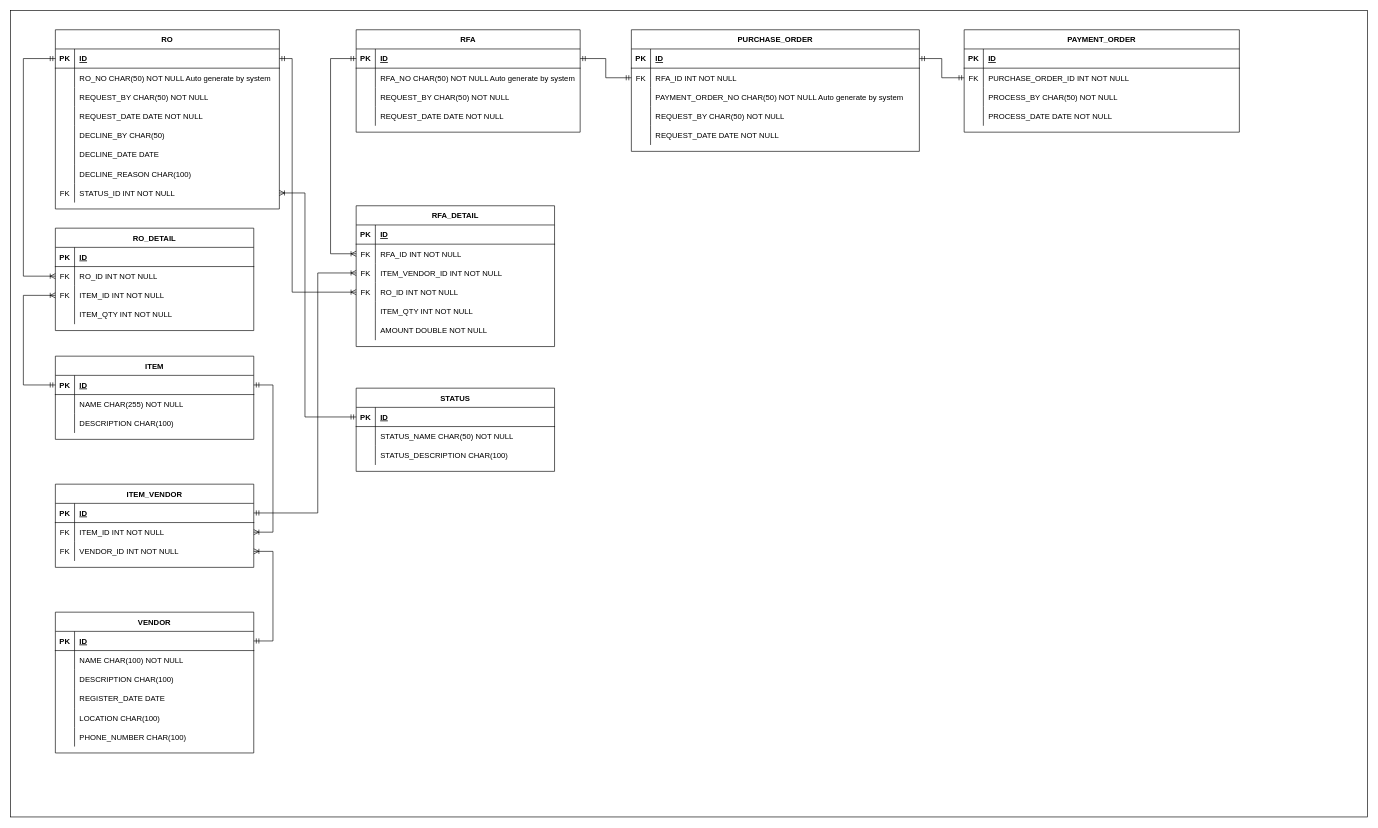
The draw.io diagram Glovis-DB-Design.drawio in johanjah/rfa-db-design, before the edit. Source tidied: cells renumbered, new cells numbered last; positions are measured from the earlier drawing's top-left corner, leaving out a move shared by most shapes. Both pictures are drawn from the tidied source at 64%, with x=0, y=0 at pixel (10, 10).
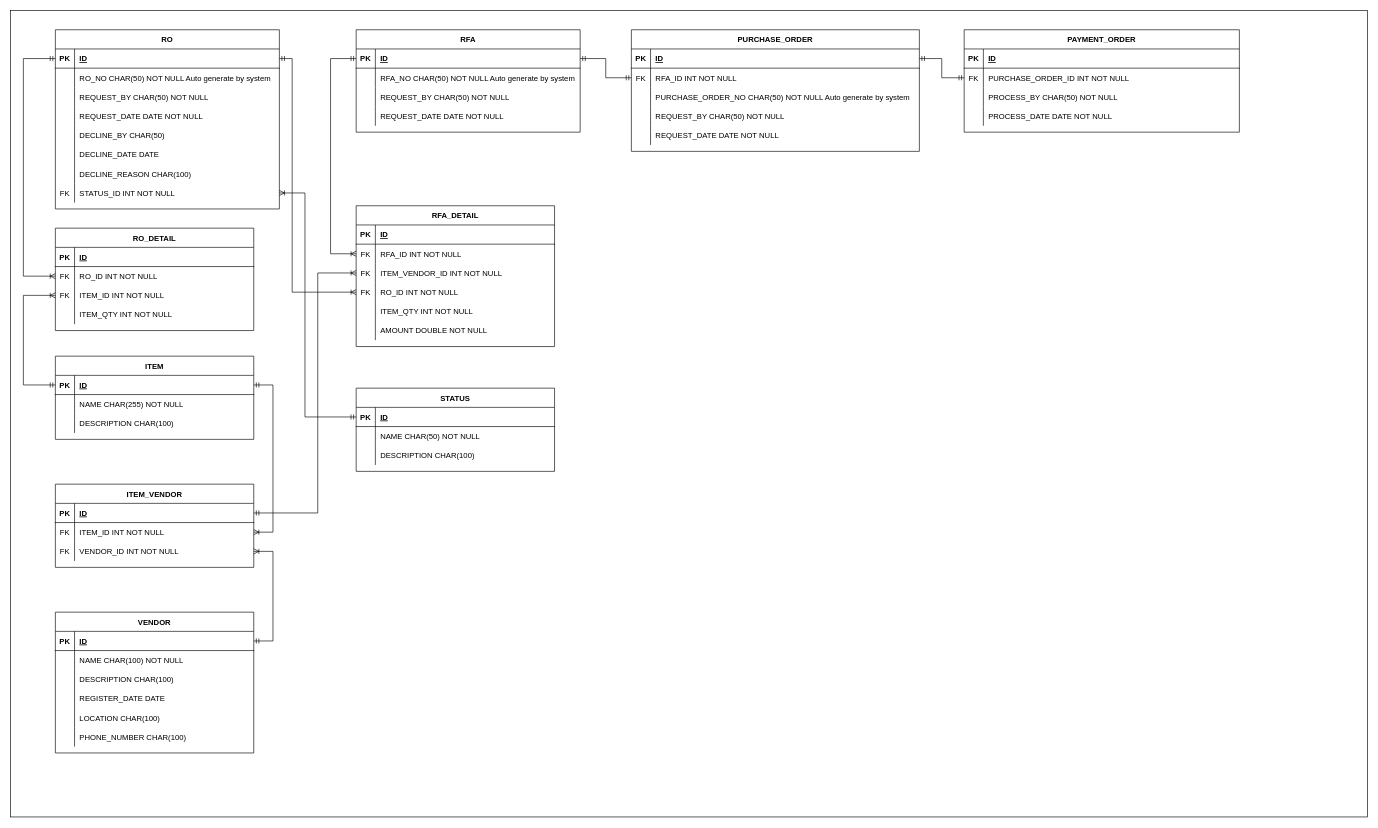
Above is the later version.

The change refers to these unchanged cells:
```xml
<mxCell id="49" style="shape=tableRow;horizontal=0;startSize=0;swimlaneHead=0;swimlaneBody=0;fillColor=none;top=0;left=0;right=0;bottom=0;" parent="42" vertex="1">
  <mxGeometry y="90" width="450" height="30" as="geometry" />
</mxCell>
<mxCell id="90" style="shape=tableRow;horizontal=0;startSize=0;swimlaneHead=0;swimlaneBody=0;fillColor=none;top=0;left=0;right=0;bottom=0;" parent="86" vertex="1">
  <mxGeometry y="60" width="310" height="30" as="geometry" />
</mxCell>
<mxCell id="93" style="shape=tableRow;horizontal=0;startSize=0;swimlaneHead=0;swimlaneBody=0;fillColor=none;top=0;left=0;right=0;bottom=0;" parent="86" vertex="1">
  <mxGeometry y="90" width="310" height="30" as="geometry" />
</mxCell>
```

Change to the diagram source:
```diff
@@
-    <mxCell id="51" value="PAYMENT_ORDER_NO CHAR(50) NOT NULL Auto generate by system" style="shape=partialRectangle;fillColor=none;top=0;left=0;bottom=0;right=0;align=left;spacingLeft=6;overflow=hidden;" parent="49" vertex="1">
+    <mxCell id="51" value="PURCHASE_ORDER_NO CHAR(50) NOT NULL Auto generate by system" style="shape=partialRectangle;fillColor=none;top=0;left=0;bottom=0;right=0;align=left;spacingLeft=6;overflow=hidden;" parent="49" vertex="1">
       <mxGeometry x="30" width="420" height="30" as="geometry" />
     </mxCell>
@@
-    <mxCell id="92" value="STATUS_NAME CHAR(50) NOT NULL" style="shape=partialRectangle;fillColor=none;top=0;left=0;bottom=0;right=0;align=left;spacingLeft=6;overflow=hidden;" parent="90" vertex="1">
+    <mxCell id="92" value="NAME CHAR(50) NOT NULL" style="shape=partialRectangle;fillColor=none;top=0;left=0;bottom=0;right=0;align=left;spacingLeft=6;overflow=hidden;" parent="90" vertex="1">
       <mxGeometry x="30" width="280" height="30" as="geometry" />
     </mxCell>
@@
-    <mxCell id="95" value="STATUS_DESCRIPTION CHAR(100)" style="shape=partialRectangle;fillColor=none;top=0;left=0;bottom=0;right=0;align=left;spacingLeft=6;overflow=hidden;" parent="93" vertex="1">
+    <mxCell id="95" value="DESCRIPTION CHAR(100)" style="shape=partialRectangle;fillColor=none;top=0;left=0;bottom=0;right=0;align=left;spacingLeft=6;overflow=hidden;" parent="93" vertex="1">
       <mxGeometry x="30" width="280" height="30" as="geometry" />
     </mxCell>
```
